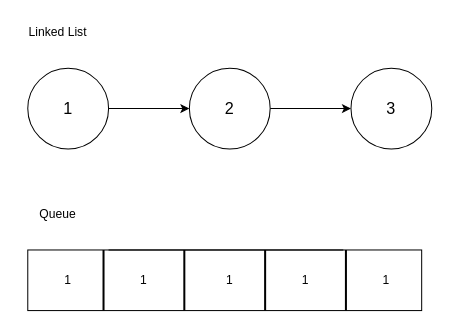
This is Algorithms/diagram.drawio from JackSuuu/Python_notes, a draw.io file, before an edit. Source tidied: cells renumbered, new cells numbered last; positions are measured from the earlier drawing's top-left corner, leaving out a move shared by most shapes. Both pictures are drawn from the tidied source at 101%, with x=0, y=0 at pixel (27, 17).
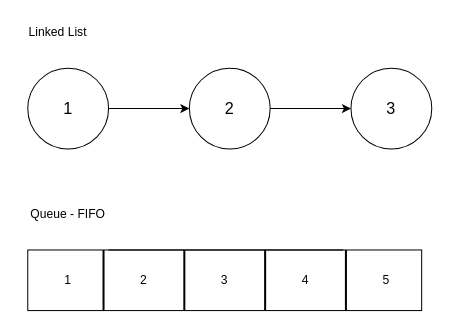
The same diagram, later.

Change to the diagram source:
```diff
@@
-    <mxCell id="15" value="1" style="text;html=1;align=center;verticalAlign=middle;whiteSpace=wrap;rounded=0;" parent="1" vertex="1">
+    <mxCell id="15" value="2" style="text;html=1;align=center;verticalAlign=middle;whiteSpace=wrap;rounded=0;" parent="1" vertex="1">
       <mxGeometry x="90" y="245" width="50" height="30" as="geometry" />
     </mxCell>
-    <mxCell id="16" value="1" style="text;html=1;align=center;verticalAlign=middle;whiteSpace=wrap;rounded=0;" parent="1" vertex="1">
-      <mxGeometry x="175" y="245" width="50" height="30" as="geometry" />
+    <mxCell id="16" value="3" style="text;html=1;align=center;verticalAlign=middle;whiteSpace=wrap;rounded=0;" parent="1" vertex="1">
+      <mxGeometry x="170" y="245" width="50" height="30" as="geometry" />
     </mxCell>
-    <mxCell id="17" value="1" style="text;html=1;align=center;verticalAlign=middle;whiteSpace=wrap;rounded=0;" parent="1" vertex="1">
+    <mxCell id="17" value="4" style="text;html=1;align=center;verticalAlign=middle;whiteSpace=wrap;rounded=0;" parent="1" vertex="1">
       <mxGeometry x="250" y="245" width="50" height="30" as="geometry" />
     </mxCell>
-    <mxCell id="18" value="1" style="text;html=1;align=center;verticalAlign=middle;whiteSpace=wrap;rounded=0;" parent="1" vertex="1">
+    <mxCell id="18" value="5" style="text;html=1;align=center;verticalAlign=middle;whiteSpace=wrap;rounded=0;" parent="1" vertex="1">
       <mxGeometry x="330" y="245" width="50" height="30" as="geometry" />
     </mxCell>
-    <mxCell id="19" value="Queue" style="text;html=1;align=center;verticalAlign=middle;whiteSpace=wrap;rounded=0;" parent="1" vertex="1">
-      <mxGeometry y="180" width="60" height="30" as="geometry" />
+    <mxCell id="19" value="Queue - FIFO" style="text;html=1;align=center;verticalAlign=middle;whiteSpace=wrap;rounded=0;" parent="1" vertex="1">
+      <mxGeometry x="-10" y="180" width="100" height="30" as="geometry" />
     </mxCell>
```
